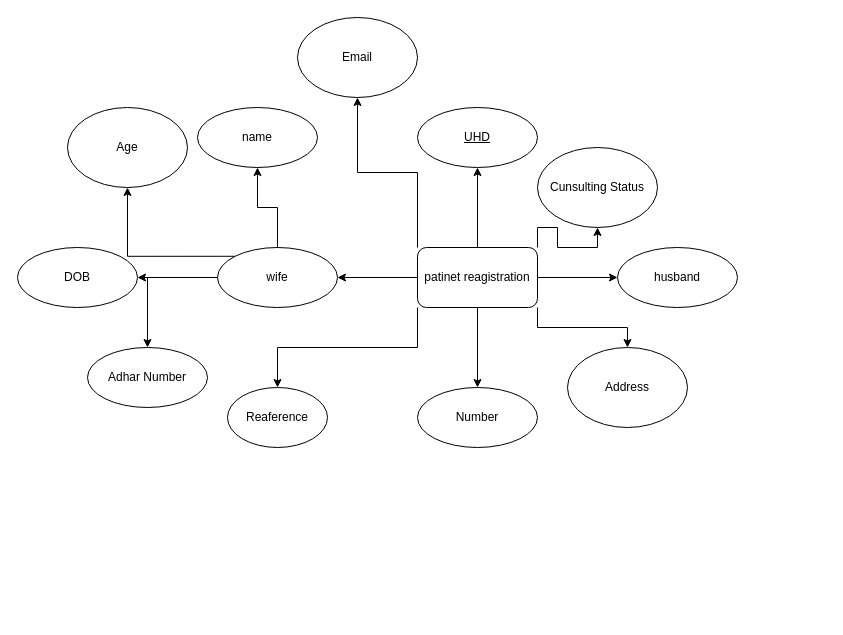
Before: Untitled Diagram.drawio in shubh435/flipkart-clone-backend, a draw.io diagram. Source tidied: cells renumbered, new cells numbered last; positions are measured from the earlier drawing's top-left corner, leaving out a move shared by most shapes. Both pictures are drawn from the tidied source at 100%, with x=0, y=0 at pixel (17, 17).
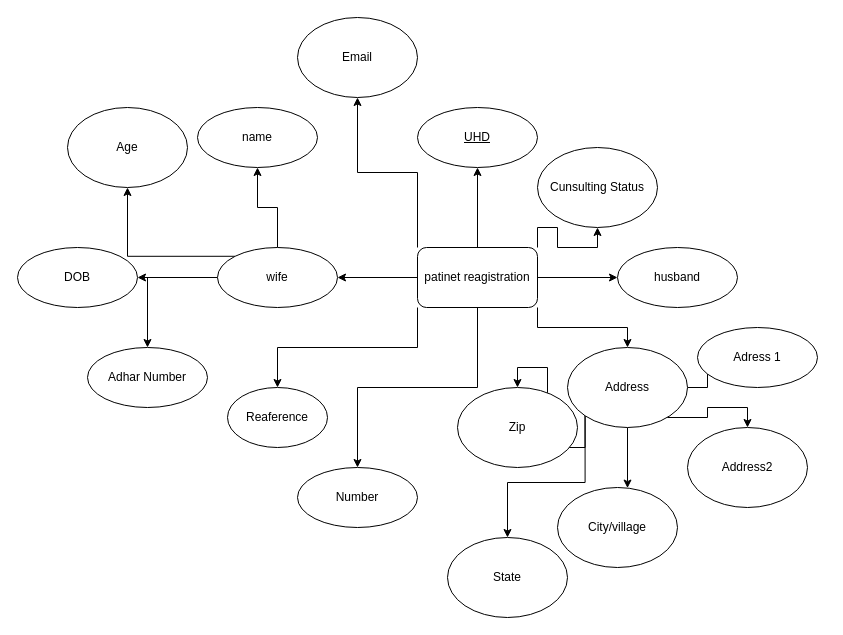
The same diagram, later.

The change refers to these unchanged cells:
```xml
<mxCell id="24" value="Address" style="ellipse;whiteSpace=wrap;html=1;" parent="1" vertex="1">
  <mxGeometry x="550" y="330" width="120" height="80" as="geometry" />
</mxCell>
```

The edit, as a diff of the source:
```diff
@@
     <mxCell id="11" value="Number" style="ellipse;whiteSpace=wrap;html=1;rounded=1;" parent="1" vertex="1">
-      <mxGeometry x="400" y="370" width="120" height="60" as="geometry" />
+      <mxGeometry x="280" y="450" width="120" height="60" as="geometry" />
     </mxCell>
@@
+    <mxCell id="28" style="edgeStyle=orthogonalEdgeStyle;rounded=0;jettySize=auto;html=1;" parent="1" edge="1" source="24" target="33">
+      <mxGeometry relative="1" as="geometry" />
+    </mxCell>
+    <mxCell id="29" style="edgeStyle=orthogonalEdgeStyle;rounded=0;jettySize=auto;html=1;" parent="1" edge="1" source="24" target="34">
+      <mxGeometry relative="1" as="geometry">
+        <Array as="points">
+          <mxPoint x="690" y="400" />
+          <mxPoint x="690" y="390" />
+          <mxPoint x="730" y="390" />
+        </Array>
+      </mxGeometry>
+    </mxCell>
+    <mxCell id="30" style="edgeStyle=orthogonalEdgeStyle;rounded=0;jettySize=auto;html=1;" parent="1" edge="1" source="24" target="35">
+      <mxGeometry relative="1" as="geometry">
+        <Array as="points">
+          <mxPoint x="550" y="400" />
+          <mxPoint x="550" y="400" />
+        </Array>
+      </mxGeometry>
+    </mxCell>
+    <mxCell id="31" style="edgeStyle=orthogonalEdgeStyle;rounded=0;jettySize=auto;html=1;exitX=0;exitY=1;exitDx=0;exitDy=0;" parent="1" edge="1" source="24" target="36">
+      <mxGeometry relative="1" as="geometry" />
+    </mxCell>
+    <mxCell id="32" style="edgeStyle=orthogonalEdgeStyle;rounded=0;jettySize=auto;html=1;exitX=0;exitY=0;exitDx=0;exitDy=0;" parent="1" edge="1" source="24" target="37">
+      <mxGeometry relative="1" as="geometry" />
+    </mxCell>
@@
+    <mxCell id="33" value="Adress 1" style="ellipse;whiteSpace=wrap;html=1;" parent="1" vertex="1">
+      <mxGeometry x="680" y="310" width="120" height="60" as="geometry" />
+    </mxCell>
+    <mxCell id="34" value="Address2" style="ellipse;whiteSpace=wrap;html=1;" parent="1" vertex="1">
+      <mxGeometry x="670" y="410" width="120" height="80" as="geometry" />
+    </mxCell>
+    <mxCell id="35" value="City/village" style="ellipse;whiteSpace=wrap;html=1;" parent="1" vertex="1">
+      <mxGeometry x="540" y="470" width="120" height="80" as="geometry" />
+    </mxCell>
+    <mxCell id="36" value="State" style="ellipse;whiteSpace=wrap;html=1;" parent="1" vertex="1">
+      <mxGeometry x="430" y="520" width="120" height="80" as="geometry" />
+    </mxCell>
+    <mxCell id="37" value="Zip" style="ellipse;whiteSpace=wrap;html=1;" parent="1" vertex="1">
+      <mxGeometry x="440" y="370" width="120" height="80" as="geometry" />
+    </mxCell>
```
